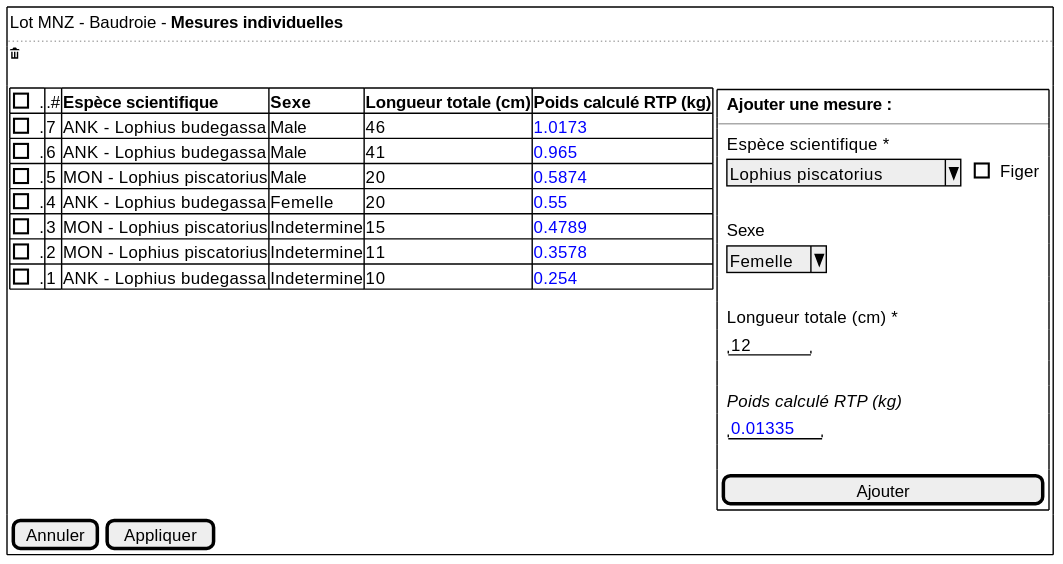
The PlantUML diagram projects/common/spe/images/individual-measures.svg in sumaris-net/sumaris-doc, before a commit.
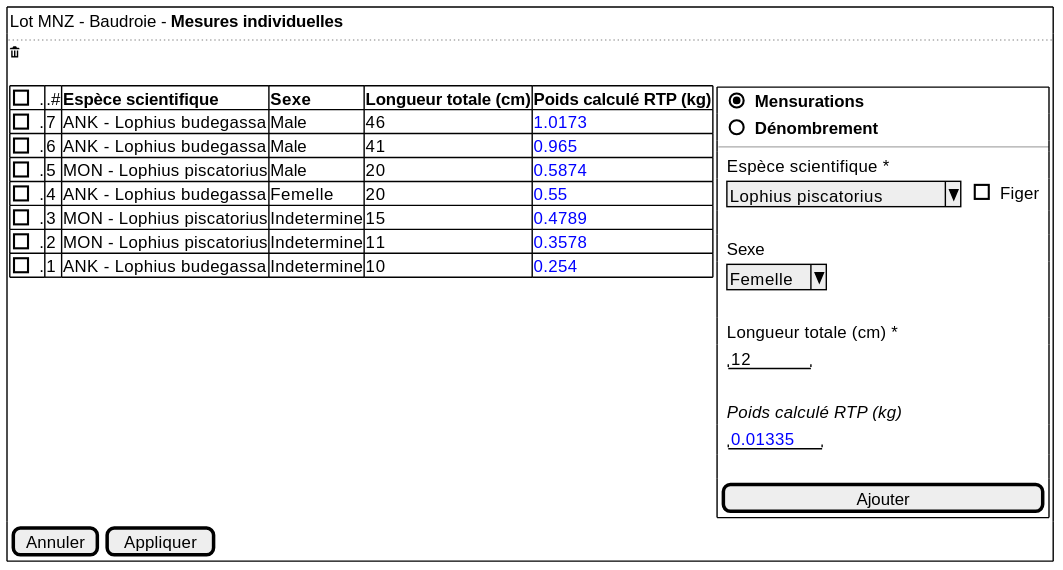
After the change.

Commit message:
[enh] Update individuals measures screen

Diff of the diagram source:
```diff
@@ -19,7 +19,9 @@
 
     {
       {+
-        { | . |  <b>Ajouter une mesure :  | . }
+        { | . | (X)  <b>Mensurations | . }
+        { | . | ()  <b>Dénombrement |  . }
+
         --
         { | . | Espèce scientifique *  | . }
         { | . | ^Lophius piscatorius^   | .  | [ ] Figer }
```
